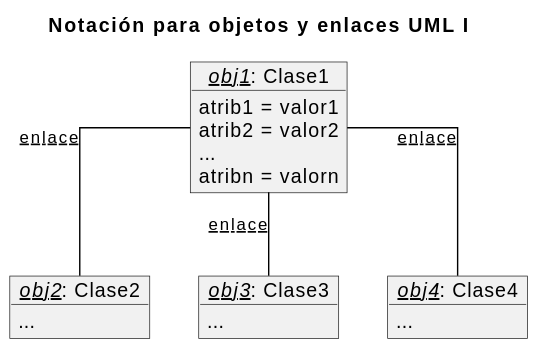
Before: assets/slides/iissi1/t6-introduccion-al-modelado-conceptual/puml/do-notacion-objetos-uml-I.svg, a diagram exported from PlantUML (IISSI-US/web).
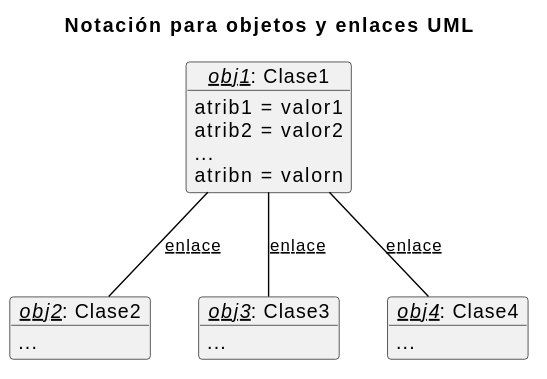
The same diagram one commit later.

The edit, as a diff of the source:
```diff
@@ -1,8 +1,25 @@
 @startuml
-title Notación para objetos y enlaces UML I
+title Notación para objetos y enlaces UML
 !include ../../puml/final.iuml
 
-!include Objetos.iuml
+object "<u><i>obj1: Clase1" as obj1 {
+atrib1 = valor1
+atrib2 = valor2
+...
+atribn = valorn
+}
+
+object "<u><i>obj2: Clase2" as obj2 {
+...
+}
+
+object "<u><i>obj3: Clase3" as obj3 {
+...
+}
+
+object "<u><i>obj4: Clase4" as obj4 {
+...
+}
 
 obj1 -- obj2: <u>enlace</u>
 obj1 -- obj3: <u>enlace</u>
```
